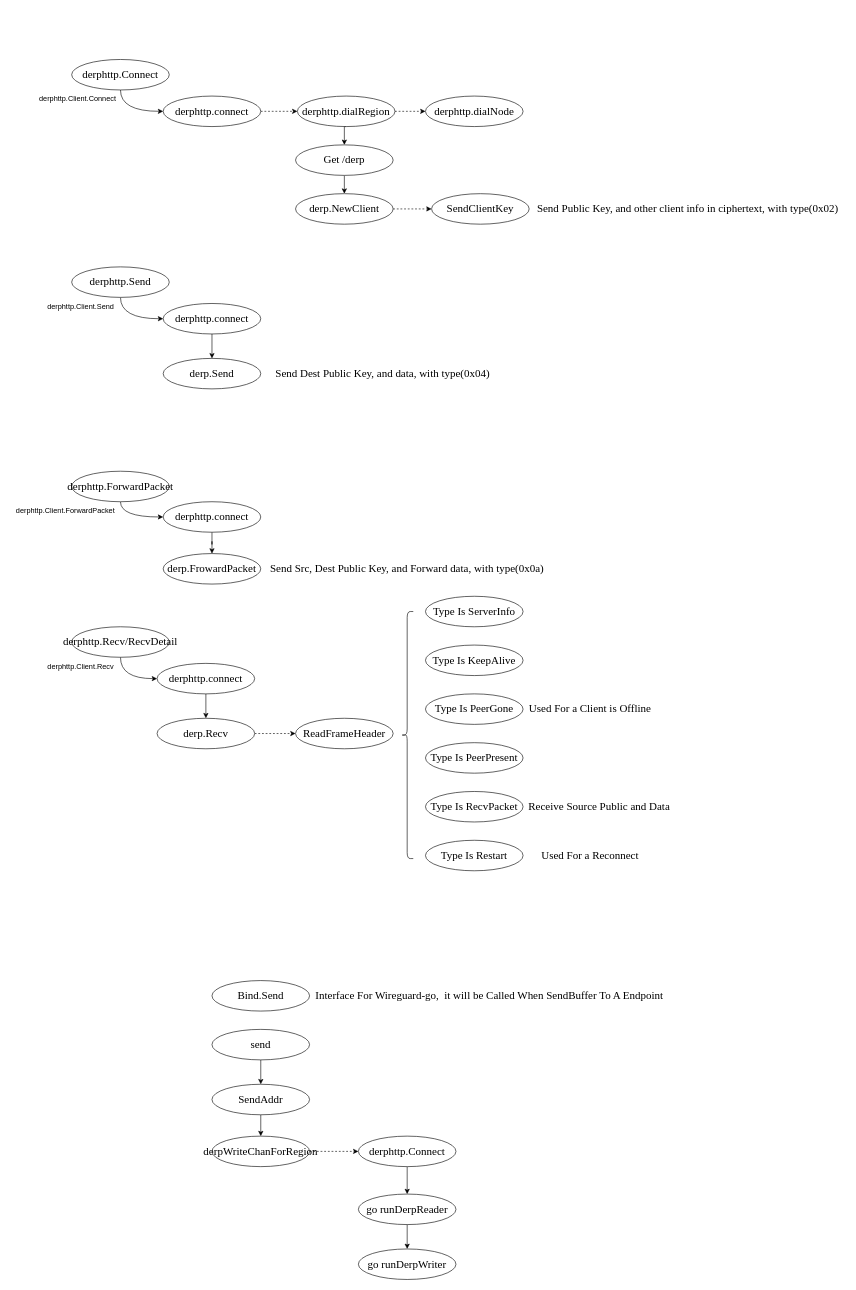
Before: files/DERP.drawio in sunminming/Drawio, a draw.io diagram. Source tidied: cells renumbered, new cells numbered last; positions are measured from the earlier drawing's top-left corner, leaving out a move shared by most shapes. Both pictures are drawn from the tidied source at 61%, with x=0, y=0 at pixel (10, 59).
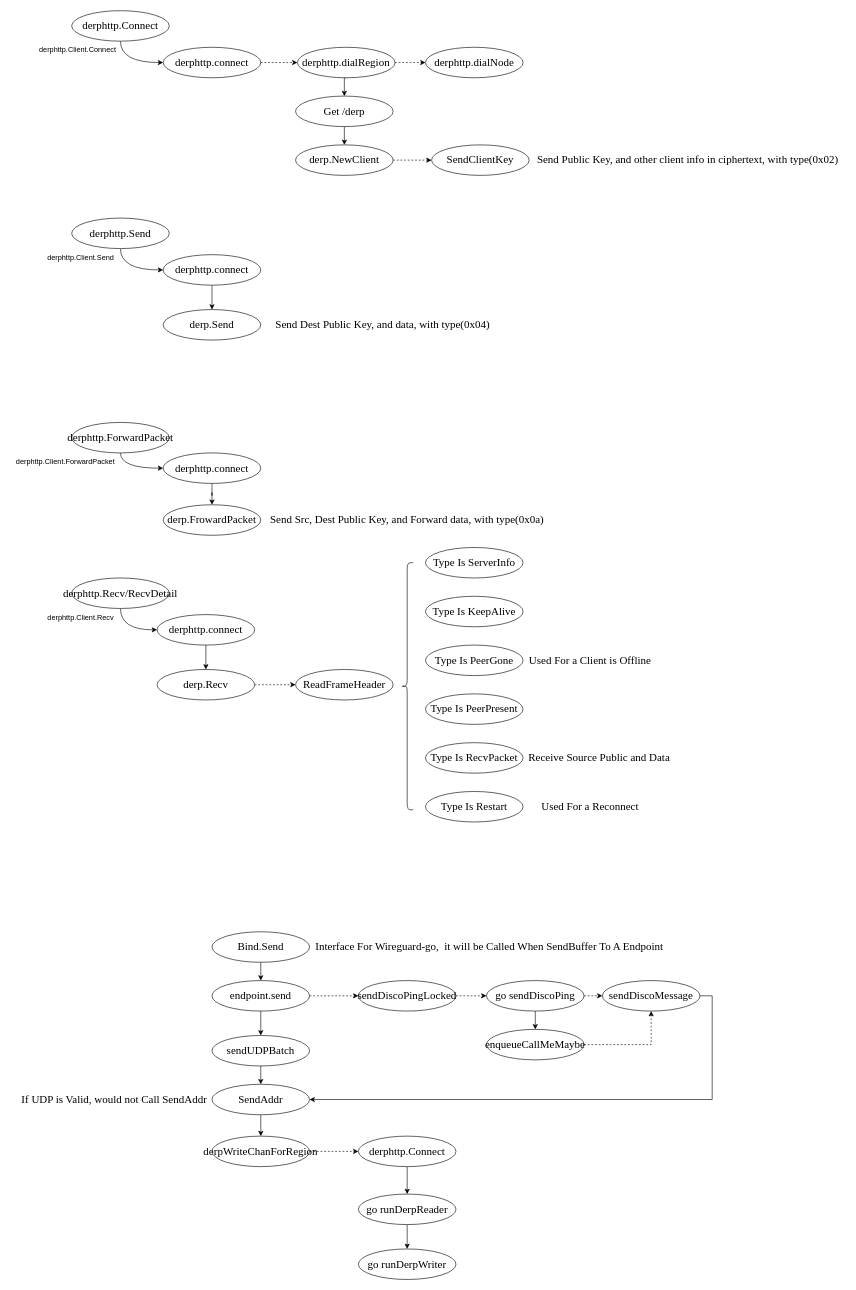
The same page after the edit.

The change refers to these unchanged cells:
```xml
<mxCell id="59" value="&lt;font face=&quot;Times New Roman&quot;&gt;&lt;span style=&quot;font-size: 18px;&quot;&gt;SendAddr&lt;/span&gt;&lt;/font&gt;" style="ellipse;whiteSpace=wrap;html=1;" parent="1" vertex="1">
  <mxGeometry x="330" y="1680" width="160" height="50" as="geometry" />
</mxCell>
```

Change to the diagram source:
```diff
@@
     <mxCell id="2" style="group;" parent="1" vertex="1">
-      <mxGeometry width="1370" height="1330" as="geometry" />
+      <mxGeometry y="-80" width="1370" height="1330" as="geometry" />
     </mxCell>
@@
-    <mxCell id="60" style="edgeStyle=orthogonalEdgeStyle;rounded=0;jettySize=auto;html=1;exitX=0.5;exitY=1;exitDx=0;exitDy=0;entryX=0.5;entryY=0;entryDx=0;entryDy=0;" parent="1" edge="1" source="61" target="59">
-      <mxGeometry relative="1" as="geometry" />
-    </mxCell>
+    <mxCell id="64" style="edgeStyle=orthogonalEdgeStyle;rounded=0;jettySize=auto;html=1;exitX=1;exitY=0.5;exitDx=0;exitDy=0;entryX=0;entryY=0.5;entryDx=0;entryDy=0;dashed=1;" parent="1" edge="1" source="61" target="68">
+      <mxGeometry relative="1" as="geometry" />
+    </mxCell>
+    <mxCell id="65" style="edgeStyle=orthogonalEdgeStyle;rounded=0;jettySize=auto;html=1;exitX=0.5;exitY=1;exitDx=0;exitDy=0;" parent="1" edge="1" source="61" target="77">
+      <mxGeometry relative="1" as="geometry" />
+    </mxCell>
-    <mxCell id="61" value="&lt;font face=&quot;Times New Roman&quot;&gt;&lt;span style=&quot;font-size: 18px;&quot;&gt;send&lt;/span&gt;&lt;/font&gt;" style="ellipse;whiteSpace=wrap;html=1;" parent="1" vertex="1">
-      <mxGeometry x="330" y="1590" width="160" height="50" as="geometry" />
+    <mxCell id="61" value="&lt;font face=&quot;Times New Roman&quot;&gt;&lt;span style=&quot;font-size: 18px;&quot;&gt;endpoint.send&lt;/span&gt;&lt;/font&gt;" style="ellipse;whiteSpace=wrap;html=1;" parent="1" vertex="1">
+      <mxGeometry x="330" y="1510" width="160" height="50" as="geometry" />
     </mxCell>
+    <mxCell id="66" style="edgeStyle=orthogonalEdgeStyle;rounded=0;jettySize=auto;html=1;exitX=0.5;exitY=1;exitDx=0;exitDy=0;entryX=0.5;entryY=0;entryDx=0;entryDy=0;" parent="1" edge="1" source="62" target="61">
+      <mxGeometry relative="1" as="geometry" />
+    </mxCell>
     <mxCell id="62" value="&lt;font face=&quot;Times New Roman&quot;&gt;&lt;span style=&quot;font-size: 18px;&quot;&gt;Bind.Send&lt;/span&gt;&lt;/font&gt;" style="ellipse;whiteSpace=wrap;html=1;" parent="1" vertex="1">
-      <mxGeometry x="330" y="1510" width="160" height="50" as="geometry" />
+      <mxGeometry x="330" y="1430" width="160" height="50" as="geometry" />
     </mxCell>
     <mxCell id="63" value="&lt;font face=&quot;Times New Roman&quot;&gt;&lt;span style=&quot;font-size: 18px;&quot;&gt;Interface For Wireguard-go,&amp;nbsp; it will be Called When SendBuffer To A Endpoint&lt;/span&gt;&lt;/font&gt;" style="text;html=1;align=center;verticalAlign=middle;whiteSpace=wrap;rounded=0;" parent="1" vertex="1">
-      <mxGeometry x="480" y="1520" width="610" height="30" as="geometry" />
+      <mxGeometry x="480" y="1440" width="610" height="30" as="geometry" />
     </mxCell>
+    <mxCell id="67" style="edgeStyle=orthogonalEdgeStyle;rounded=0;jettySize=auto;html=1;exitX=1;exitY=0.5;exitDx=0;exitDy=0;entryX=0;entryY=0.5;entryDx=0;entryDy=0;dashed=1;" parent="1" edge="1" source="68" target="71">
+      <mxGeometry relative="1" as="geometry" />
+    </mxCell>
+    <mxCell id="68" value="&lt;font face=&quot;Times New Roman&quot;&gt;&lt;span style=&quot;font-size: 18px;&quot;&gt;sendDiscoPingLocked&lt;/span&gt;&lt;/font&gt;" style="ellipse;whiteSpace=wrap;html=1;" parent="1" vertex="1">
+      <mxGeometry x="570" y="1510" width="160" height="50" as="geometry" />
+    </mxCell>
+    <mxCell id="69" style="edgeStyle=orthogonalEdgeStyle;rounded=0;jettySize=auto;html=1;exitX=1;exitY=0.5;exitDx=0;exitDy=0;entryX=0;entryY=0.5;entryDx=0;entryDy=0;dashed=1;" parent="1" edge="1" source="71" target="73">
+      <mxGeometry relative="1" as="geometry" />
+    </mxCell>
+    <mxCell id="70" style="edgeStyle=orthogonalEdgeStyle;rounded=0;jettySize=auto;html=1;exitX=0.5;exitY=1;exitDx=0;exitDy=0;entryX=0.5;entryY=0;entryDx=0;entryDy=0;" parent="1" edge="1" source="71" target="75">
+      <mxGeometry relative="1" as="geometry" />
+    </mxCell>
+    <mxCell id="71" value="&lt;font face=&quot;Times New Roman&quot;&gt;&lt;span style=&quot;font-size: 18px;&quot;&gt;go sendDiscoPing&lt;/span&gt;&lt;/font&gt;" style="ellipse;whiteSpace=wrap;html=1;" parent="1" vertex="1">
+      <mxGeometry x="780" y="1510" width="160" height="50" as="geometry" />
+    </mxCell>
+    <mxCell id="72" style="edgeStyle=orthogonalEdgeStyle;rounded=0;jettySize=auto;html=1;exitX=1;exitY=0.5;exitDx=0;exitDy=0;entryX=1;entryY=0.5;entryDx=0;entryDy=0;" parent="1" edge="1" source="73" target="59">
+      <mxGeometry relative="1" as="geometry" />
+    </mxCell>
+    <mxCell id="73" value="&lt;font face=&quot;Times New Roman&quot;&gt;&lt;span style=&quot;font-size: 18px;&quot;&gt;sendDiscoMessage&lt;/span&gt;&lt;/font&gt;" style="ellipse;whiteSpace=wrap;html=1;" parent="1" vertex="1">
+      <mxGeometry x="970" y="1510" width="160" height="50" as="geometry" />
+    </mxCell>
+    <mxCell id="74" style="edgeStyle=orthogonalEdgeStyle;rounded=0;jettySize=auto;html=1;exitX=1;exitY=0.5;exitDx=0;exitDy=0;entryX=0.5;entryY=1;entryDx=0;entryDy=0;dashed=1;" parent="1" edge="1" source="75" target="73">
+      <mxGeometry relative="1" as="geometry" />
+    </mxCell>
+    <mxCell id="75" value="&lt;font face=&quot;Times New Roman&quot;&gt;&lt;span style=&quot;font-size: 18px;&quot;&gt;enqueueCallMeMaybe&lt;/span&gt;&lt;/font&gt;" style="ellipse;whiteSpace=wrap;html=1;" parent="1" vertex="1">
+      <mxGeometry x="780" y="1590" width="160" height="50" as="geometry" />
+    </mxCell>
+    <mxCell id="76" style="edgeStyle=orthogonalEdgeStyle;rounded=0;jettySize=auto;html=1;exitX=0.5;exitY=1;exitDx=0;exitDy=0;entryX=0.5;entryY=0;entryDx=0;entryDy=0;" parent="1" edge="1" source="77" target="59">
+      <mxGeometry relative="1" as="geometry" />
+    </mxCell>
+    <mxCell id="77" value="&lt;font face=&quot;Times New Roman&quot;&gt;&lt;span style=&quot;font-size: 18px;&quot;&gt;sendUDPBatch&lt;/span&gt;&lt;/font&gt;" style="ellipse;whiteSpace=wrap;html=1;" parent="1" vertex="1">
+      <mxGeometry x="330" y="1600" width="160" height="50" as="geometry" />
+    </mxCell>
+    <mxCell id="78" value="&lt;font face=&quot;Times New Roman&quot;&gt;&lt;span style=&quot;font-size: 18px;&quot;&gt;If UDP is Valid, would not Call SendAddr&lt;/span&gt;&lt;/font&gt;" style="text;html=1;align=center;verticalAlign=middle;whiteSpace=wrap;rounded=0;" parent="1" vertex="1">
+      <mxGeometry x="10" y="1690" width="320" height="30" as="geometry" />
+    </mxCell>
```
